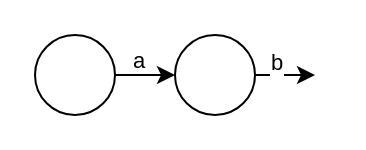
The draw.io diagram 自动机状态转移基本范式.drawio in LiLiJacky/graphData, before the edit. Source tidied: cells renumbered, new cells numbered last; positions are measured from the earlier drawing's top-left corner, leaving out a move shared by most shapes. Both pictures are drawn from the tidied source at 200%, with x=0, y=0 at pixel (34, 34).
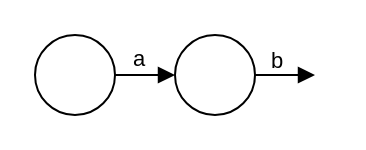
Above is the later version.

Commit message (it also covers changes not shown here):
更新自动机状态转移基本范式.drawio

What changed in the source:
```diff
@@
 <mxGraphModel>
   <root>
     <mxCell id="0" />
     <mxCell id="1" parent="0" />
-    <mxCell id="2" style="edgeStyle=orthogonalEdgeStyle;rounded=0;jettySize=auto;html=1;entryX=0;entryY=0.5;entryDx=0;entryDy=0;" parent="1" edge="1" source="4" target="7">
+    <mxCell id="2" style="edgeStyle=orthogonalEdgeStyle;rounded=0;jettySize=auto;html=1;entryX=0;entryY=0.5;entryDx=0;entryDy=0;endArrow=block;endFill=1;" parent="1" edge="1" source="4" target="7">
       <mxGeometry relative="1" as="geometry" />
     </mxCell>
     <mxCell id="3" value="a" style="edgeLabel;html=1;align=center;verticalAlign=middle;" parent="2" vertex="1">
       <mxGeometry x="0.2" y="-3" relative="1" as="geometry">
-        <mxPoint x="1" y="-11" as="offset" />
+        <mxPoint x="1" y="-12" as="offset" />
       </mxGeometry>
     </mxCell>
     <mxCell id="4" style="ellipse;whiteSpace=wrap;html=1;" parent="1" vertex="1">
       <mxGeometry width="40" height="40" as="geometry" />
     </mxCell>
-    <mxCell id="5" style="edgeStyle=orthogonalEdgeStyle;rounded=0;jettySize=auto;html=1;entryX=0;entryY=0.5;entryDx=0;entryDy=0;" parent="1" edge="1" source="7">
+    <mxCell id="5" style="edgeStyle=orthogonalEdgeStyle;rounded=0;jettySize=auto;html=1;entryX=0;entryY=0.5;entryDx=0;entryDy=0;endArrow=block;endFill=1;" parent="1" edge="1" source="7">
       <mxGeometry relative="1" as="geometry">
         <mxPoint x="140" y="20" as="targetPoint" />
       </mxGeometry>
     </mxCell>
     <mxCell id="6" value="b" style="edgeLabel;html=1;align=center;verticalAlign=middle;" parent="5" vertex="1">
       <mxGeometry x="0.2" y="1" relative="1" as="geometry">
-        <mxPoint x="-8" y="-6" as="offset" />
+        <mxPoint x="-8" y="-7" as="offset" />
       </mxGeometry>
     </mxCell>
     <mxCell id="7" style="ellipse;whiteSpace=wrap;html=1;" parent="1" vertex="1">
       <mxGeometry x="70" width="40" height="40" as="geometry" />
     </mxCell>
   </root>
 </mxGraphModel>
```
